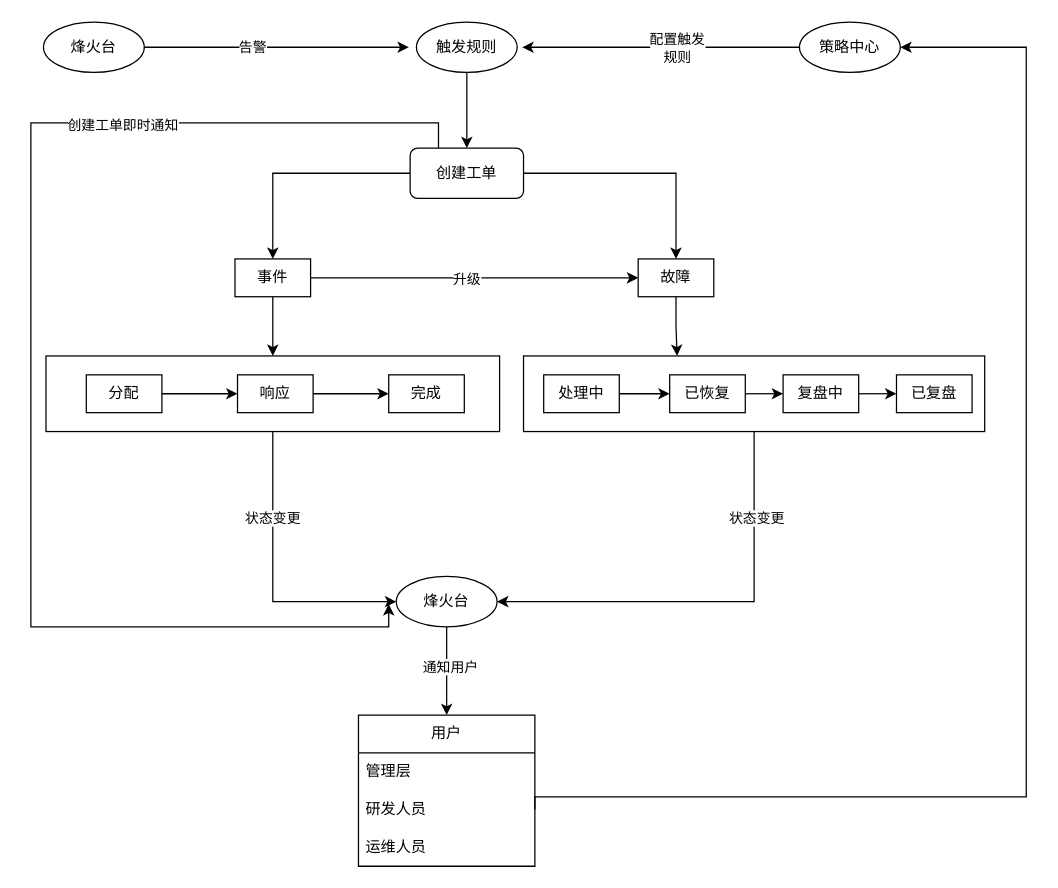
Before: resources/运维事件中心4.drawio in buleice/-, a draw.io diagram. Source tidied: cells renumbered, new cells numbered last; positions are measured from the earlier drawing's top-left corner, leaving out a move shared by most shapes. Both pictures are drawn from the tidied source at 126%, with x=0, y=0 at pixel (30, 21).
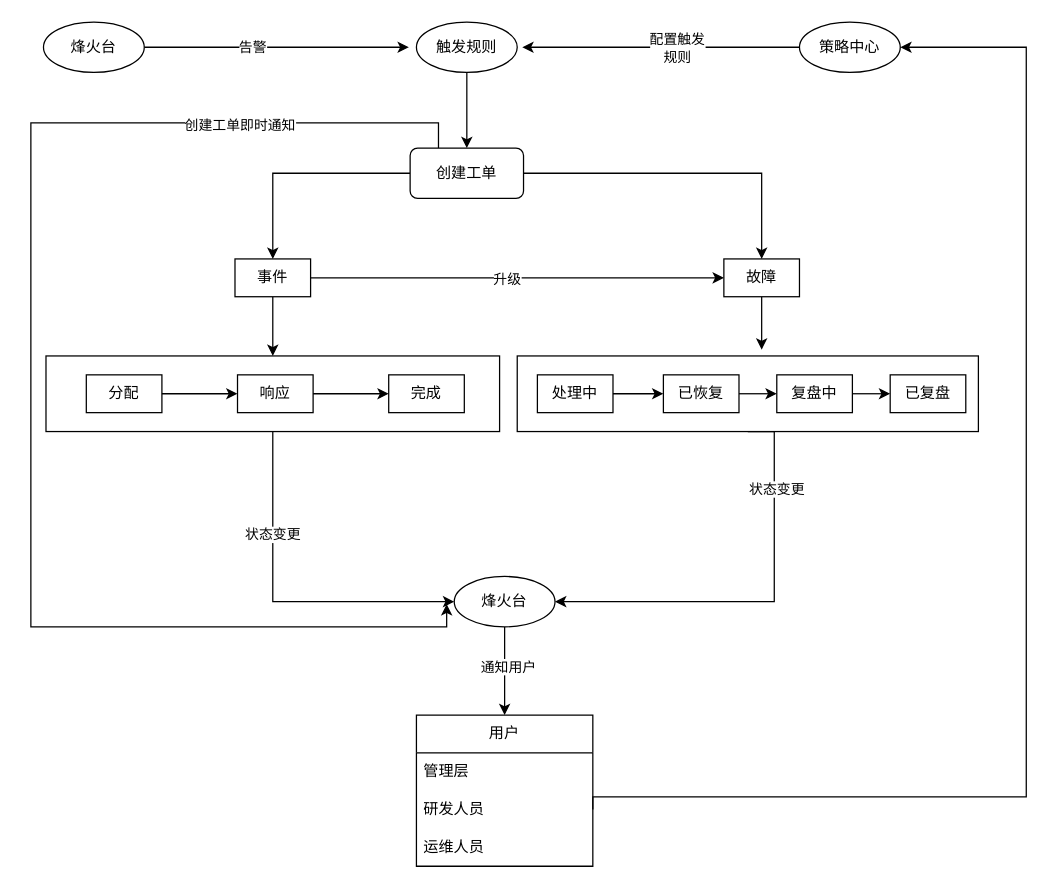
Above is the later version.

Commit message:
更新运维事件中心4.drawio

The change refers to these unchanged cells:
```xml
<mxCell id="12" value="创建工单" style="rounded=1;whiteSpace=wrap;html=1;" parent="1" vertex="1">
  <mxGeometry x="301" y="100" width="90" height="40" as="geometry" />
</mxCell>
<mxCell id="27" style="rounded=0;whiteSpace=wrap;html=1;" parent="26" vertex="1">
  <mxGeometry width="366" height="60" as="geometry" />
</mxCell>
```

The edit, as a diff of the source:
```diff
@@
     <mxCell id="2" value="用户" style="swimlane;fontStyle=0;horizontal=1;startSize=30;whiteSpace=wrap;html=1;" parent="1" vertex="1">
-      <mxGeometry x="260" y="550" width="140" height="120" as="geometry" />
+      <mxGeometry x="306" y="550" width="140" height="120" as="geometry" />
     </mxCell>
@@
     <mxCell id="10" style="edgeStyle=orthogonalEdgeStyle;rounded=0;jettySize=auto;html=1;exitX=0.25;exitY=0;exitDx=0;exitDy=0;entryX=-0.075;entryY=0.55;entryDx=0;entryDy=0;entryPerimeter=0;" parent="1" edge="1" source="12" target="44">
       <mxGeometry relative="1" as="geometry">
         <Array as="points">
           <mxPoint x="324" y="80" />
           <mxPoint y="80" />
           <mxPoint y="480" />
-          <mxPoint x="284" y="480" />
+          <mxPoint x="330" y="480" />
         </Array>
       </mxGeometry>
     </mxCell>
     <mxCell id="11" value="创建工单即时通知" style="edgeLabel;html=1;align=center;verticalAlign=middle;" parent="10" vertex="1">
       <mxGeometry x="-0.43" y="1" relative="1" as="geometry">
-        <mxPoint x="27" as="offset" />
+        <mxPoint x="133" as="offset" />
       </mxGeometry>
     </mxCell>
@@
-    <mxCell id="24" style="edgeStyle=orthogonalEdgeStyle;rounded=0;jettySize=auto;html=1;exitX=0.5;exitY=1;exitDx=0;exitDy=0;entryX=0.333;entryY=0;entryDx=0;entryDy=0;entryPerimeter=0;" parent="1" edge="1" source="25" target="27">
-      <mxGeometry relative="1" as="geometry" />
-    </mxCell>
+    <mxCell id="49" style="edgeStyle=orthogonalEdgeStyle;rounded=0;jettySize=auto;html=1;exitX=0.5;exitY=1;exitDx=0;exitDy=0;" parent="1" edge="1" source="25">
+      <mxGeometry relative="1" as="geometry">
+        <mxPoint x="580" y="260" as="targetPoint" />
+      </mxGeometry>
+    </mxCell>
     <mxCell id="25" value="故障" style="rounded=0;whiteSpace=wrap;html=1;" parent="1" vertex="1">
-      <mxGeometry x="482" y="188" width="60" height="30" as="geometry" />
+      <mxGeometry x="550" y="188" width="60" height="30" as="geometry" />
     </mxCell>
     <mxCell id="26" style="group;" parent="1" vertex="1">
-      <mxGeometry x="391" y="265" width="366" height="60" as="geometry" />
+      <mxGeometry x="386" y="265" width="366" height="60" as="geometry" />
     </mxCell>
@@
     <mxCell id="44" value="烽火台" style="ellipse;whiteSpace=wrap;html=1;" parent="1" vertex="1">
-      <mxGeometry x="290" y="440" width="80" height="40" as="geometry" />
+      <mxGeometry x="336" y="440" width="80" height="40" as="geometry" />
     </mxCell>
@@
     <mxCell id="47" style="edgeStyle=orthogonalEdgeStyle;rounded=0;jettySize=auto;html=1;exitX=0.5;exitY=1;exitDx=0;exitDy=0;entryX=1;entryY=0.5;entryDx=0;entryDy=0;" parent="1" edge="1" source="27" target="44">
-      <mxGeometry relative="1" as="geometry" />
+      <mxGeometry relative="1" as="geometry">
+        <Array as="points">
+          <mxPoint x="590" y="325" />
+          <mxPoint x="590" y="460" />
+        </Array>
+      </mxGeometry>
     </mxCell>
```
